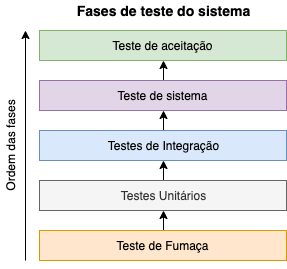
OswaldoHenrique/QA-portal keeps this draw.io diagram as test_phases.png. Above is the earlier version. Source tidied: cells renumbered, new cells last; positions are measured from the earlier drawing's top-left corner, leaving out a move shared by most shapes. Its diagram source:
```xml
<mxGraphModel>
  <root>
    <mxCell id="0" />
    <mxCell id="1" parent="0" />
    <mxCell id="2" value="Teste de aceitação" style="rounded=0;whiteSpace=wrap;html=1;fillColor=#d5e8d4;strokeColor=#82b366;" parent="1" vertex="1">
      <mxGeometry x="114" y="30" width="247" height="30" as="geometry" />
    </mxCell>
    <mxCell id="3" style="edgeStyle=orthogonalEdgeStyle;rounded=0;jettySize=auto;html=1;exitX=0.5;exitY=0;exitDx=0;exitDy=0;entryX=0.5;entryY=1;entryDx=0;entryDy=0;" parent="1" edge="1" source="4" target="2">
      <mxGeometry relative="1" as="geometry" />
    </mxCell>
    <mxCell id="4" value="Teste de sistema" style="rounded=0;whiteSpace=wrap;html=1;fillColor=#e1d5e7;strokeColor=#9673a6;" parent="1" vertex="1">
      <mxGeometry x="114" y="80" width="247" height="30" as="geometry" />
    </mxCell>
    <mxCell id="5" style="edgeStyle=orthogonalEdgeStyle;rounded=0;jettySize=auto;html=1;exitX=0.5;exitY=0;exitDx=0;exitDy=0;entryX=0.5;entryY=1;entryDx=0;entryDy=0;" parent="1" edge="1" source="6" target="4">
      <mxGeometry relative="1" as="geometry" />
    </mxCell>
    <mxCell id="6" value="Testes de Integração" style="rounded=0;whiteSpace=wrap;html=1;fillColor=#dae8fc;strokeColor=#6c8ebf;" parent="1" vertex="1">
      <mxGeometry x="114" y="130" width="247" height="30" as="geometry" />
    </mxCell>
    <mxCell id="7" style="edgeStyle=orthogonalEdgeStyle;rounded=0;jettySize=auto;html=1;exitX=0.5;exitY=0;exitDx=0;exitDy=0;entryX=0.5;entryY=1;entryDx=0;entryDy=0;" parent="1" edge="1" source="8" target="6">
      <mxGeometry relative="1" as="geometry" />
    </mxCell>
    <mxCell id="8" value="Testes Unitários" style="rounded=0;whiteSpace=wrap;html=1;fillColor=#f5f5f5;strokeColor=#666666;fontColor=#333333;" parent="1" vertex="1">
      <mxGeometry x="114" y="180" width="247" height="30" as="geometry" />
    </mxCell>
    <mxCell id="9" style="edgeStyle=orthogonalEdgeStyle;rounded=0;jettySize=auto;html=1;exitX=0.5;exitY=0;exitDx=0;exitDy=0;entryX=0.5;entryY=1;entryDx=0;entryDy=0;" parent="1" edge="1" source="10" target="8">
      <mxGeometry relative="1" as="geometry" />
    </mxCell>
    <mxCell id="10" value="Teste de Fumaça" style="rounded=0;whiteSpace=wrap;html=1;fillColor=#ffe6cc;strokeColor=#d79b00;" parent="1" vertex="1">
      <mxGeometry x="114" y="230" width="247" height="30" as="geometry" />
    </mxCell>
    <mxCell id="11" value="Fases de teste do sistema" style="text;html=1;strokeColor=none;fillColor=none;align=center;verticalAlign=middle;whiteSpace=wrap;rounded=0;fontStyle=1;fontSize=14;" parent="1" vertex="1">
      <mxGeometry x="143" width="189" height="20" as="geometry" />
    </mxCell>
    <mxCell id="12" style="endArrow=classic;html=1;" parent="1" edge="1">
      <mxGeometry relative="1" as="geometry">
        <mxPoint x="100" y="260" as="sourcePoint" />
        <mxPoint x="100" y="30" as="targetPoint" />
      </mxGeometry>
    </mxCell>
    <mxCell id="13" value="Ordem das fases" style="text;html=1;strokeColor=none;fillColor=none;align=center;verticalAlign=middle;whiteSpace=wrap;rounded=0;rotation=-90;" parent="1" vertex="1">
      <mxGeometry y="135" width="170" height="20" as="geometry" />
    </mxCell>
  </root>
</mxGraphModel>
```
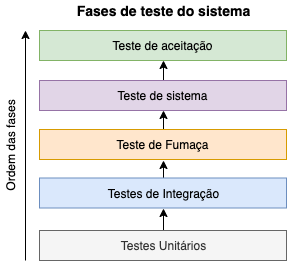
After the commit.

Commit message:
Added correct test_phases image

Change to the diagram source:
```diff
@@ -11,23 +11,25 @@
     <mxCell id="4" value="Teste de sistema" style="rounded=0;whiteSpace=wrap;html=1;fillColor=#e1d5e7;strokeColor=#9673a6;" parent="1" vertex="1">
       <mxGeometry x="114" y="80" width="247" height="30" as="geometry" />
     </mxCell>
-    <mxCell id="5" style="edgeStyle=orthogonalEdgeStyle;rounded=0;jettySize=auto;html=1;exitX=0.5;exitY=0;exitDx=0;exitDy=0;entryX=0.5;entryY=1;entryDx=0;entryDy=0;" parent="1" edge="1" source="6" target="4">
-      <mxGeometry relative="1" as="geometry" />
-    </mxCell>
+    <mxCell id="14" style="edgeStyle=orthogonalEdgeStyle;rounded=0;jettySize=auto;html=1;exitX=0.5;exitY=0;exitDx=0;exitDy=0;fontSize=14;" parent="1" edge="1" source="6">
+      <mxGeometry relative="1" as="geometry">
+        <mxPoint x="238" y="160" as="targetPoint" />
+      </mxGeometry>
+    </mxCell>
     <mxCell id="6" value="Testes de Integração" style="rounded=0;whiteSpace=wrap;html=1;fillColor=#dae8fc;strokeColor=#6c8ebf;" parent="1" vertex="1">
-      <mxGeometry x="114" y="130" width="247" height="30" as="geometry" />
+      <mxGeometry x="114" y="177.5" width="247" height="30" as="geometry" />
     </mxCell>
     <mxCell id="7" style="edgeStyle=orthogonalEdgeStyle;rounded=0;jettySize=auto;html=1;exitX=0.5;exitY=0;exitDx=0;exitDy=0;entryX=0.5;entryY=1;entryDx=0;entryDy=0;" parent="1" edge="1" source="8" target="6">
       <mxGeometry relative="1" as="geometry" />
     </mxCell>
     <mxCell id="8" value="Testes Unitários" style="rounded=0;whiteSpace=wrap;html=1;fillColor=#f5f5f5;strokeColor=#666666;fontColor=#333333;" parent="1" vertex="1">
-      <mxGeometry x="114" y="180" width="247" height="30" as="geometry" />
+      <mxGeometry x="114" y="230" width="247" height="30" as="geometry" />
     </mxCell>
-    <mxCell id="9" style="edgeStyle=orthogonalEdgeStyle;rounded=0;jettySize=auto;html=1;exitX=0.5;exitY=0;exitDx=0;exitDy=0;entryX=0.5;entryY=1;entryDx=0;entryDy=0;" parent="1" edge="1" source="10" target="8">
-      <mxGeometry relative="1" as="geometry" />
-    </mxCell>
+    <mxCell id="15" style="edgeStyle=orthogonalEdgeStyle;rounded=0;jettySize=auto;html=1;exitX=0.5;exitY=0;exitDx=0;exitDy=0;entryX=0.5;entryY=1;entryDx=0;entryDy=0;fontSize=14;" parent="1" edge="1" source="10" target="4">
+      <mxGeometry relative="1" as="geometry" />
+    </mxCell>
     <mxCell id="10" value="Teste de Fumaça" style="rounded=0;whiteSpace=wrap;html=1;fillColor=#ffe6cc;strokeColor=#d79b00;" parent="1" vertex="1">
-      <mxGeometry x="114" y="230" width="247" height="30" as="geometry" />
+      <mxGeometry x="114" y="129" width="247" height="30" as="geometry" />
     </mxCell>
     <mxCell id="11" value="Fases de teste do sistema" style="text;html=1;strokeColor=none;fillColor=none;align=center;verticalAlign=middle;whiteSpace=wrap;rounded=0;fontStyle=1;fontSize=14;" parent="1" vertex="1">
       <mxGeometry x="143" width="189" height="20" as="geometry" />
```
